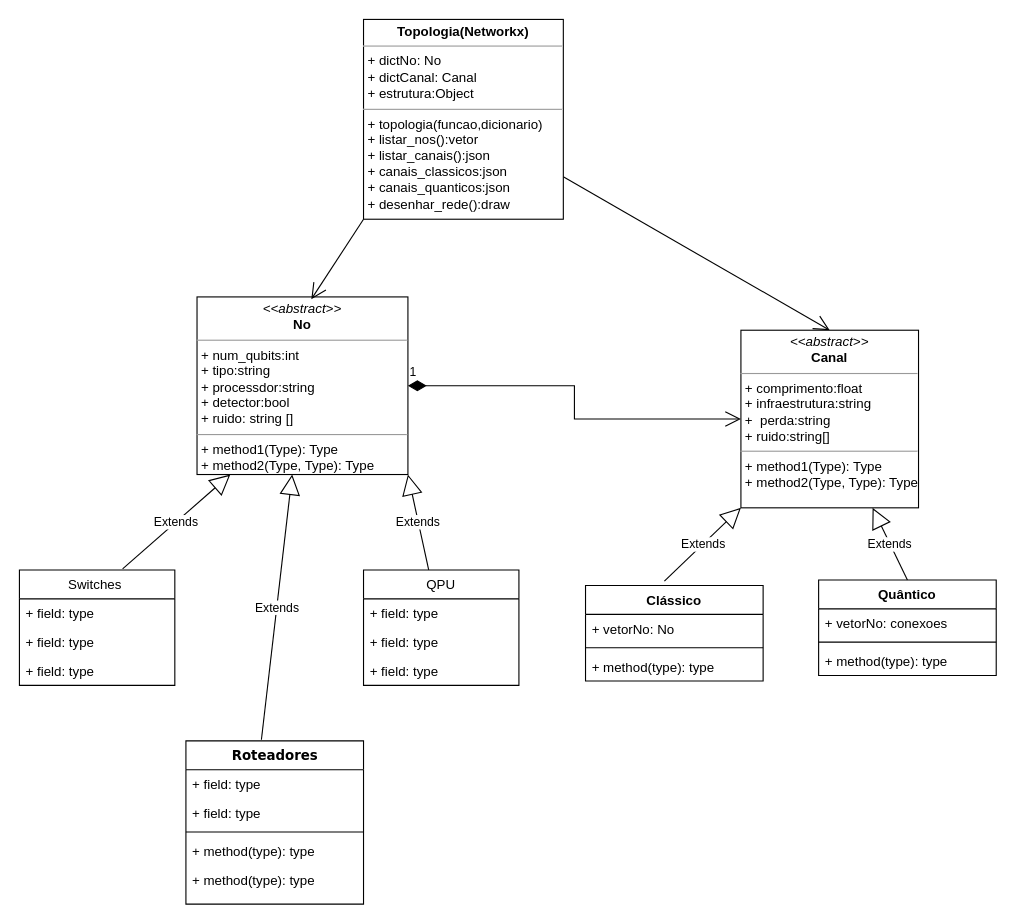
The draw.io diagram page "topologia-codigo" (7 of 7) of modelagem_simulador.drawio in theQuBEquantum/qunet, before the edit. Source tidied: cells renumbered, new cells numbered last; positions are measured from the earlier drawing's top-left corner, leaving out a move shared by most shapes. Both pictures are drawn from the tidied source at 111%, with x=0, y=0 at pixel (19, 19).
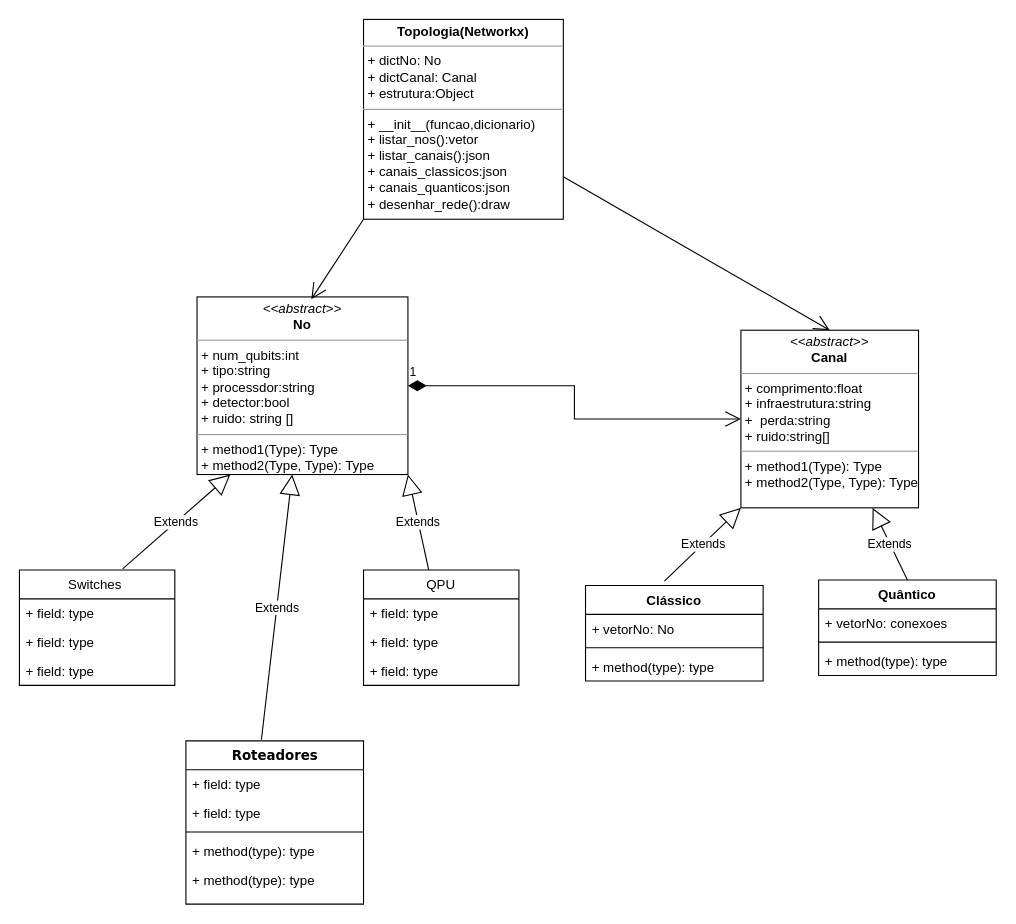
Above is the later version.

The edit, as a diff of the source:
```diff
@@
-    <mxCell id="34" value="&lt;p style=&quot;margin:0px;margin-top:4px;text-align:center;&quot;&gt;&lt;b&gt;Topologia(Networkx)&lt;/b&gt;&lt;/p&gt;&lt;hr size=&quot;1&quot;&gt;&lt;p style=&quot;margin:0px;margin-left:4px;&quot;&gt;+ dictNo: No&lt;/p&gt;&lt;p style=&quot;margin:0px;margin-left:4px;&quot;&gt;+ dictCanal: Canal&lt;/p&gt;&lt;p style=&quot;margin:0px;margin-left:4px;&quot;&gt;+ estrutura:Object&lt;/p&gt;&lt;hr size=&quot;1&quot;&gt;&lt;p style=&quot;margin:0px;margin-left:4px;&quot;&gt;+ topologia(funcao,dicionario)&lt;/p&gt;&lt;p style=&quot;margin:0px;margin-left:4px;&quot;&gt;+ listar_nos():vetor&lt;/p&gt;&lt;p style=&quot;margin:0px;margin-left:4px;&quot;&gt;+ listar_canais():json&lt;/p&gt;&lt;p style=&quot;margin:0px;margin-left:4px;&quot;&gt;+ canais_classicos:json&lt;/p&gt;&lt;p style=&quot;margin:0px;margin-left:4px;&quot;&gt;+ canais_quanticos:json&lt;/p&gt;&lt;p style=&quot;margin:0px;margin-left:4px;&quot;&gt;+ desenhar_rede():draw&lt;/p&gt;&lt;p style=&quot;margin:0px;margin-left:4px;&quot;&gt;&lt;br&gt;&lt;/p&gt;" style="verticalAlign=top;align=left;overflow=fill;fontSize=12;fontFamily=Helvetica;html=1;" parent="1" vertex="1">
+    <mxCell id="34" value="&lt;p style=&quot;margin: 0px ; margin-top: 4px ; text-align: center&quot;&gt;&lt;b&gt;Topologia(Networkx)&lt;/b&gt;&lt;/p&gt;&lt;hr size=&quot;1&quot;&gt;&lt;p style=&quot;margin: 0px ; margin-left: 4px&quot;&gt;+ dictNo: No&lt;/p&gt;&lt;p style=&quot;margin: 0px ; margin-left: 4px&quot;&gt;+ dictCanal: Canal&lt;/p&gt;&lt;p style=&quot;margin: 0px ; margin-left: 4px&quot;&gt;+ estrutura:Object&lt;/p&gt;&lt;hr size=&quot;1&quot;&gt;&lt;p style=&quot;margin: 0px ; margin-left: 4px&quot;&gt;+ __init__(funcao,dicionario)&lt;/p&gt;&lt;p style=&quot;margin: 0px ; margin-left: 4px&quot;&gt;+ listar_nos():vetor&lt;/p&gt;&lt;p style=&quot;margin: 0px ; margin-left: 4px&quot;&gt;+ listar_canais():json&lt;/p&gt;&lt;p style=&quot;margin: 0px ; margin-left: 4px&quot;&gt;+ canais_classicos:json&lt;/p&gt;&lt;p style=&quot;margin: 0px ; margin-left: 4px&quot;&gt;+ canais_quanticos:json&lt;/p&gt;&lt;p style=&quot;margin: 0px ; margin-left: 4px&quot;&gt;+ desenhar_rede():draw&lt;/p&gt;&lt;p style=&quot;margin: 0px ; margin-left: 4px&quot;&gt;&lt;br&gt;&lt;/p&gt;" style="verticalAlign=top;align=left;overflow=fill;fontSize=12;fontFamily=Helvetica;html=1;" parent="1" vertex="1">
       <mxGeometry x="310" width="180" height="180" as="geometry" />
     </mxCell>
```
